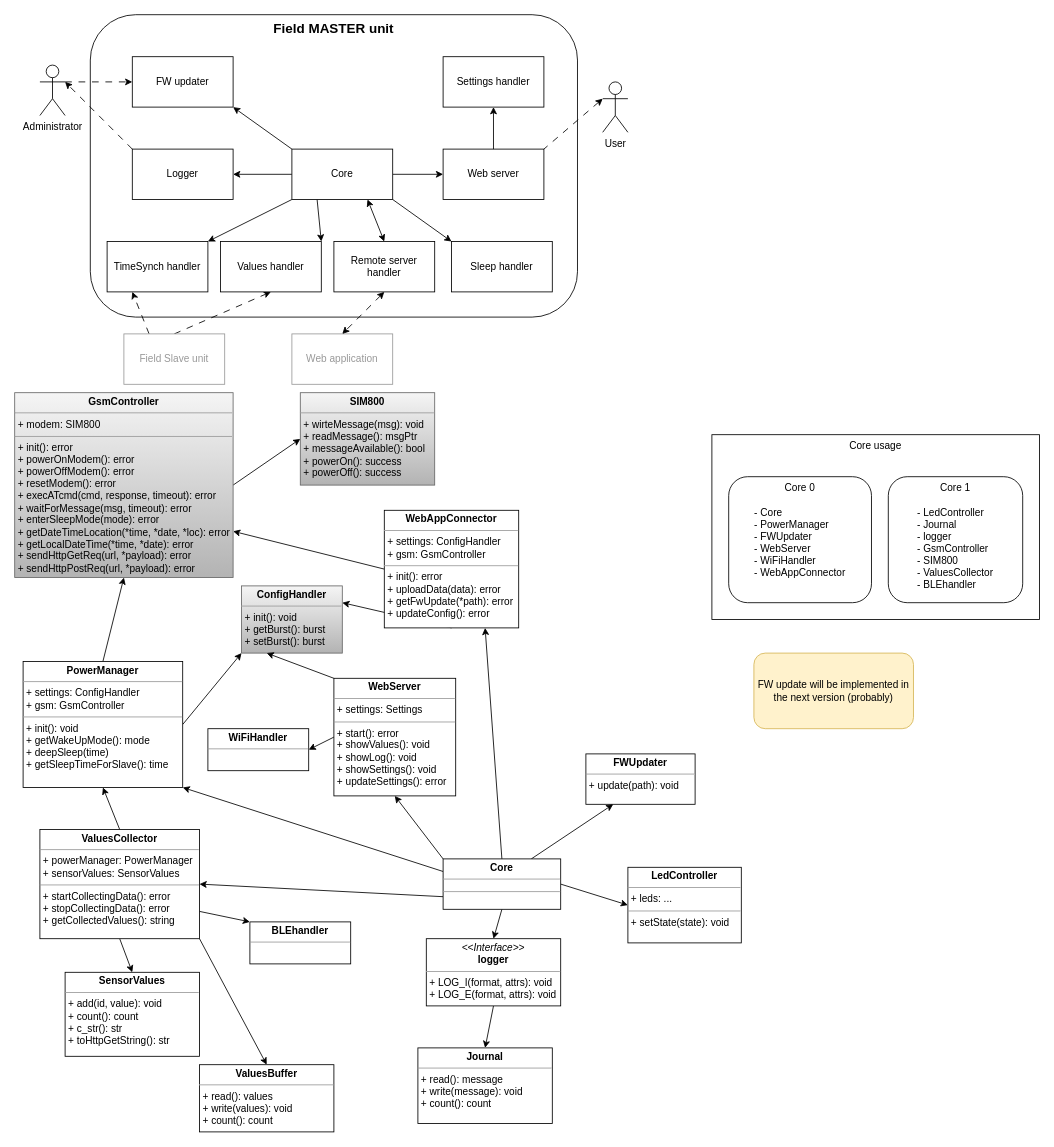
Earlier version of the draw.io diagram page "Master unit" (7 of 7) of docs/Apiary_charts_and_views.drawio (Barabas19/Apiary_system). Source tidied: cells renumbered, new cells numbered last; positions are measured from the earlier drawing's top-left corner, leaving out a move shared by most shapes. Both pictures are drawn from the tidied source at 84%, with x=0, y=0 at pixel (14, 14).
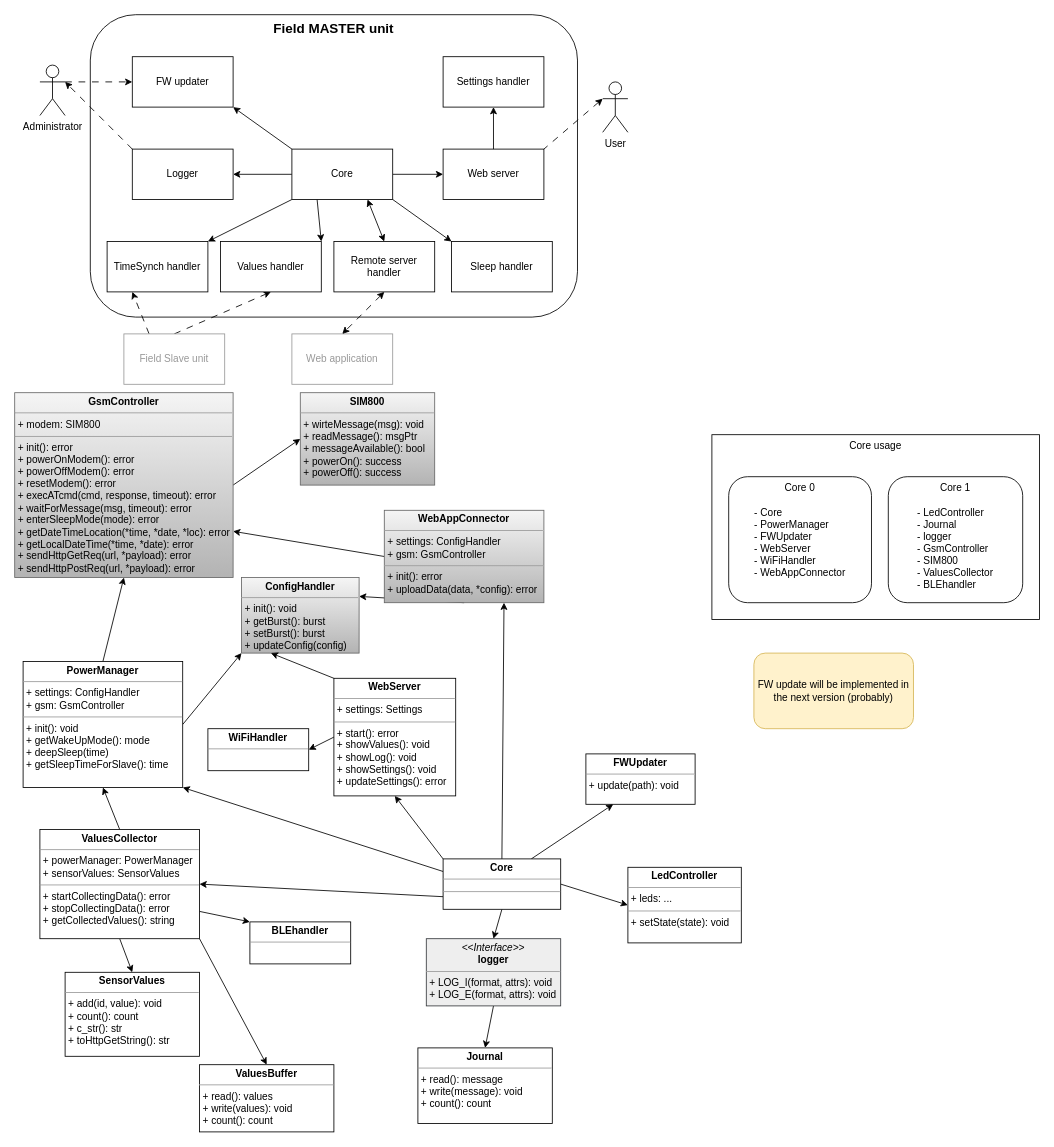
The same diagram, later.

Commit message:
Update design of master unit

The edit, as a diff of the source:
```diff
@@
-    <mxCell id="32" value="&lt;p style=&quot;margin:0px;margin-top:4px;text-align:center;&quot;&gt;&lt;i&gt;&amp;lt;&amp;lt;Interface&amp;gt;&amp;gt;&lt;/i&gt;&lt;br&gt;&lt;b&gt;logger&lt;/b&gt;&lt;/p&gt;&lt;hr size=&quot;1&quot;&gt;&lt;p style=&quot;border-color: var(--border-color); margin: 0px 0px 0px 4px;&quot;&gt;+ LOG_I(format, attrs): void&lt;/p&gt;&lt;p style=&quot;border-color: var(--border-color); margin: 0px 0px 0px 4px;&quot;&gt;+ LOG_E(format, attrs): void&lt;/p&gt;" style="verticalAlign=top;align=left;overflow=fill;fontSize=12;fontFamily=Helvetica;html=1;whiteSpace=wrap;" parent="1" vertex="1">
+    <mxCell id="32" value="&lt;p style=&quot;margin:0px;margin-top:4px;text-align:center;&quot;&gt;&lt;i&gt;&amp;lt;&amp;lt;Interface&amp;gt;&amp;gt;&lt;/i&gt;&lt;br&gt;&lt;b&gt;logger&lt;/b&gt;&lt;/p&gt;&lt;hr size=&quot;1&quot;&gt;&lt;p style=&quot;border-color: var(--border-color); margin: 0px 0px 0px 4px;&quot;&gt;+ LOG_I(format, attrs): void&lt;/p&gt;&lt;p style=&quot;border-color: var(--border-color); margin: 0px 0px 0px 4px;&quot;&gt;+ LOG_E(format, attrs): void&lt;/p&gt;" style="verticalAlign=top;align=left;overflow=fill;fontSize=12;fontFamily=Helvetica;html=1;whiteSpace=wrap;fillColor=#eeeeee;strokeColor=#36393d;" parent="1" vertex="1">
       <mxGeometry x="490" y="1100" width="160" height="80" as="geometry" />
     </mxCell>
@@
-    <mxCell id="37" value="&lt;p style=&quot;margin:0px;margin-top:4px;text-align:center;&quot;&gt;&lt;b&gt;WebApp&lt;/b&gt;&lt;b style=&quot;background-color: initial;&quot;&gt;Connector&lt;/b&gt;&lt;/p&gt;&lt;hr size=&quot;1&quot;&gt;&lt;p style=&quot;margin:0px;margin-left:4px;&quot;&gt;+ settings: ConfigHandler&lt;br&gt;&lt;/p&gt;&lt;p style=&quot;margin:0px;margin-left:4px;&quot;&gt;+ gsm: GsmController&lt;/p&gt;&lt;hr size=&quot;1&quot;&gt;&lt;p style=&quot;margin:0px;margin-left:4px;&quot;&gt;+ init(): error&lt;/p&gt;&lt;p style=&quot;margin:0px;margin-left:4px;&quot;&gt;+ uploadData(data): error&lt;/p&gt;&lt;p style=&quot;margin:0px;margin-left:4px;&quot;&gt;+ getFwUpdate(*path): error&lt;/p&gt;&lt;p style=&quot;margin:0px;margin-left:4px;&quot;&gt;+ updateConfig(): error&amp;nbsp;&lt;/p&gt;" style="verticalAlign=top;align=left;overflow=fill;fontSize=12;fontFamily=Helvetica;html=1;whiteSpace=wrap;" parent="1" vertex="1">
-      <mxGeometry x="440" y="590" width="160" height="140" as="geometry" />
+    <mxCell id="37" value="&lt;p style=&quot;margin:0px;margin-top:4px;text-align:center;&quot;&gt;&lt;b&gt;WebApp&lt;/b&gt;&lt;b style=&quot;background-color: initial;&quot;&gt;Connector&lt;/b&gt;&lt;/p&gt;&lt;hr size=&quot;1&quot;&gt;&lt;p style=&quot;margin:0px;margin-left:4px;&quot;&gt;+ settings: ConfigHandler&lt;br&gt;&lt;/p&gt;&lt;p style=&quot;margin:0px;margin-left:4px;&quot;&gt;+ gsm: GsmController&lt;/p&gt;&lt;hr size=&quot;1&quot;&gt;&lt;p style=&quot;margin:0px;margin-left:4px;&quot;&gt;+ init(): error&lt;/p&gt;&lt;p style=&quot;margin:0px;margin-left:4px;&quot;&gt;+ uploadData(data, *config): error&lt;/p&gt;" style="verticalAlign=top;align=left;overflow=fill;fontSize=12;fontFamily=Helvetica;html=1;whiteSpace=wrap;fillColor=#f5f5f5;gradientColor=#b3b3b3;strokeColor=#666666;" parent="1" vertex="1">
+      <mxGeometry x="440" y="590" width="190" height="110" as="geometry" />
     </mxCell>
@@
-    <mxCell id="41" value="&lt;p style=&quot;margin:0px;margin-top:4px;text-align:center;&quot;&gt;&lt;b&gt;ConfigHandler&lt;/b&gt;&lt;/p&gt;&lt;hr size=&quot;1&quot;&gt;&lt;p style=&quot;margin:0px;margin-left:4px;&quot;&gt;&lt;/p&gt;&lt;p style=&quot;margin:0px;margin-left:4px;&quot;&gt;+ init(): void&lt;/p&gt;&lt;p style=&quot;margin:0px;margin-left:4px;&quot;&gt;+ getBurst(): burst&lt;/p&gt;&lt;p style=&quot;margin:0px;margin-left:4px;&quot;&gt;+ setBurst(): burst&lt;br&gt;&lt;/p&gt;" style="verticalAlign=top;align=left;overflow=fill;fontSize=12;fontFamily=Helvetica;html=1;whiteSpace=wrap;fillColor=#f5f5f5;strokeColor=#666666;gradientColor=#b3b3b3;" parent="1" vertex="1">
-      <mxGeometry x="270" y="680" width="120" height="80" as="geometry" />
+    <mxCell id="41" value="&lt;p style=&quot;margin:0px;margin-top:4px;text-align:center;&quot;&gt;&lt;b&gt;ConfigHandler&lt;/b&gt;&lt;/p&gt;&lt;hr size=&quot;1&quot;&gt;&lt;p style=&quot;margin:0px;margin-left:4px;&quot;&gt;&lt;/p&gt;&lt;p style=&quot;margin:0px;margin-left:4px;&quot;&gt;+ init(): void&lt;/p&gt;&lt;p style=&quot;margin:0px;margin-left:4px;&quot;&gt;+ getBurst(): burst&lt;/p&gt;&lt;p style=&quot;margin:0px;margin-left:4px;&quot;&gt;+ setBurst(): burst&lt;br&gt;&lt;/p&gt;&lt;p style=&quot;margin:0px;margin-left:4px;&quot;&gt;+ updateConfig(config)&lt;/p&gt;" style="verticalAlign=top;align=left;overflow=fill;fontSize=12;fontFamily=Helvetica;html=1;whiteSpace=wrap;fillColor=#f5f5f5;strokeColor=#666666;gradientColor=#b3b3b3;" parent="1" vertex="1">
+      <mxGeometry x="270" y="670" width="140" height="90" as="geometry" />
     </mxCell>
```
